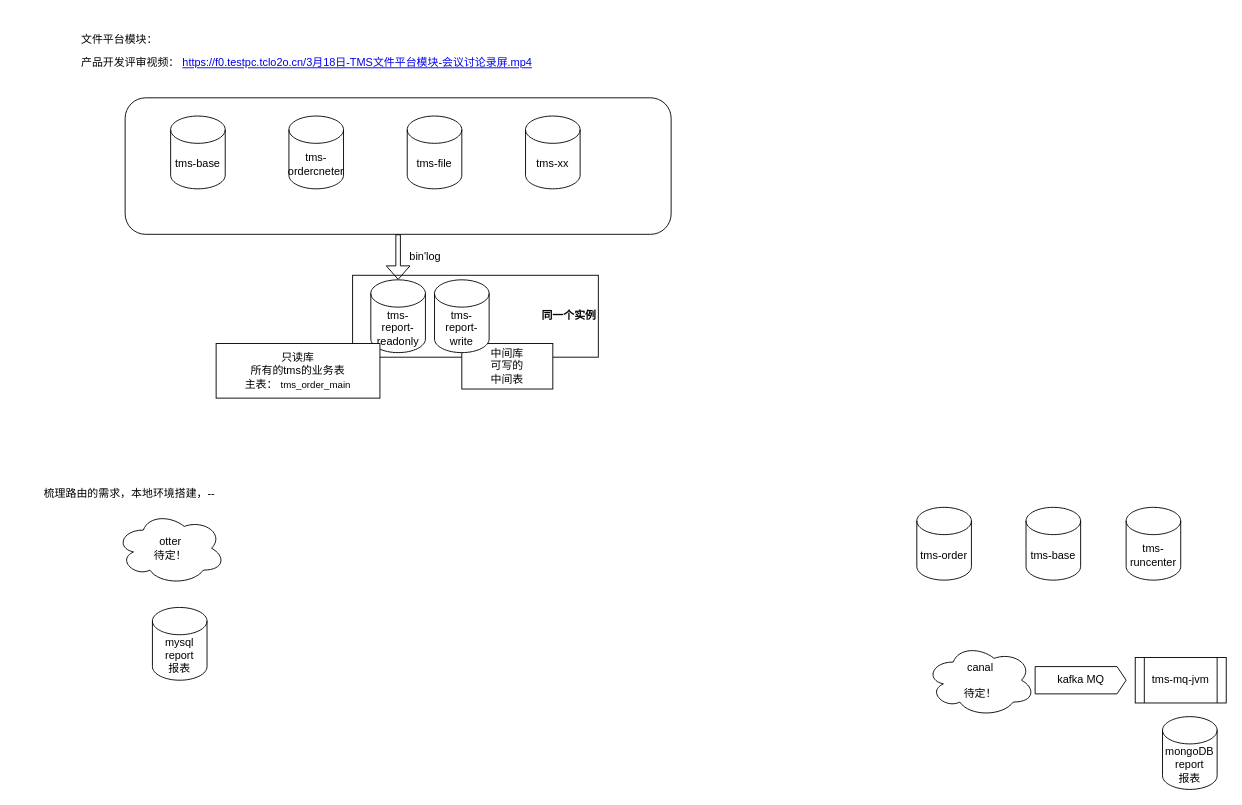
Earlier version of the draw.io diagram page "文件 & 报表" (10 of 11) of TMS.drawio (lawplus/diagrams). Source tidied: cells renumbered, new cells numbered last; positions are measured from the earlier drawing's top-left corner, leaving out a move shared by most shapes. Both pictures are drawn from the tidied source at 91%, with x=0, y=0 at pixel (15, 15).
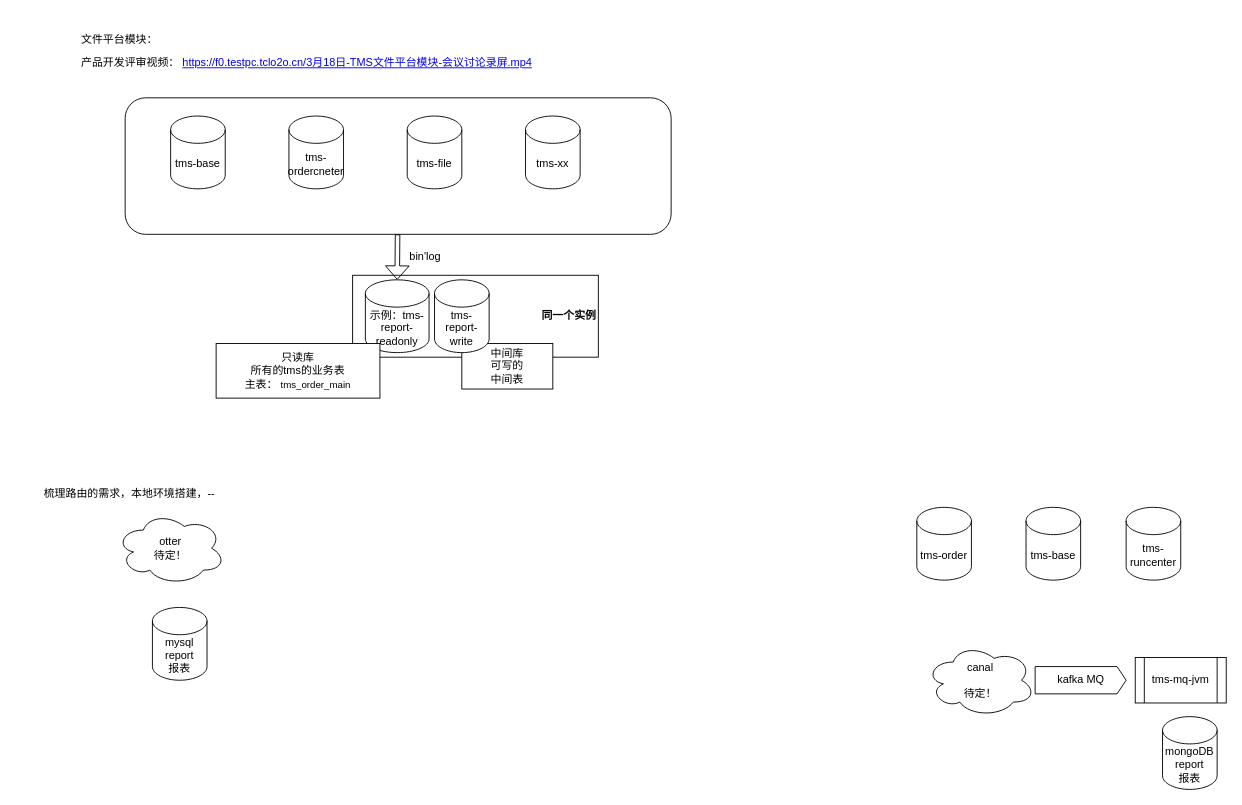
The same page after the edit.

Diff of the diagram source:
```diff
@@
-    <mxCell id="20" value="tms-report-readonly" style="shape=cylinder3;whiteSpace=wrap;html=1;boundedLbl=1;backgroundOutline=1;size=15;" parent="1" vertex="1">
-      <mxGeometry x="390" y="290" width="60" height="80" as="geometry" />
+    <mxCell id="20" value="示例：tms-report-readonly" style="shape=cylinder3;whiteSpace=wrap;html=1;boundedLbl=1;backgroundOutline=1;size=15;" parent="1" vertex="1">
+      <mxGeometry x="384" y="290" width="70" height="80" as="geometry" />
     </mxCell>
```
